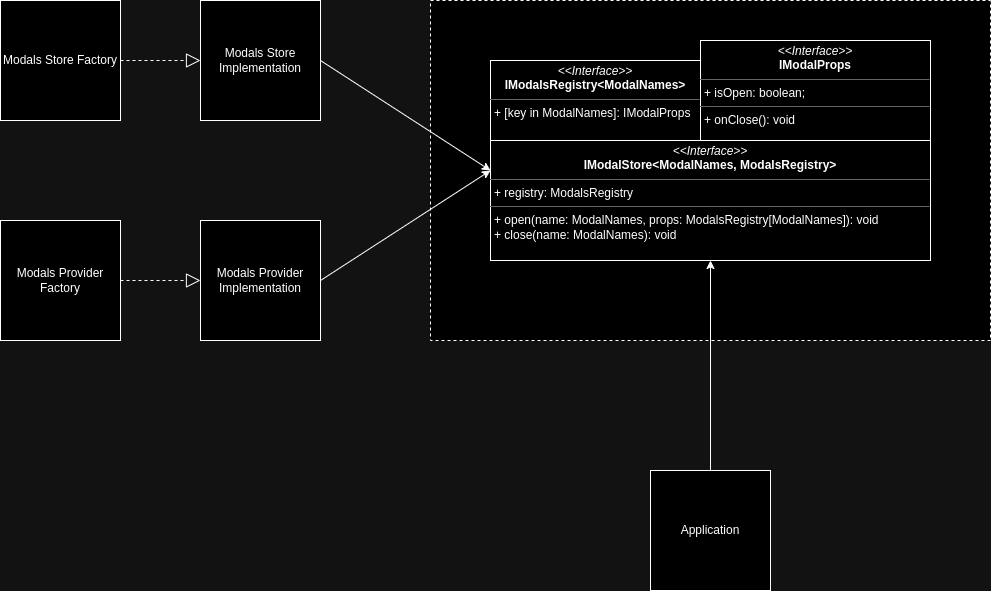
The draw.io diagram docs/modals-architecture-preview.drawio.png in alexey-andriyanenko/HyperPostClient, before a commit. Source tidied: cells renumbered, new cells last; positions are measured from the earlier drawing's top-left corner, leaving out a move shared by most shapes. Source of this version:
```xml
<mxGraphModel>
  <root>
    <mxCell id="0" />
    <mxCell id="1" parent="0" />
    <mxCell id="2" style="rounded=0;whiteSpace=wrap;html=1;dashed=1;" parent="1" vertex="1">
      <mxGeometry x="430" width="560" height="340" as="geometry" />
    </mxCell>
    <mxCell id="3" value="&lt;p style=&quot;margin:0px;margin-top:4px;text-align:center;&quot;&gt;&lt;i&gt;&amp;lt;&amp;lt;Interface&amp;gt;&amp;gt;&lt;/i&gt;&lt;br&gt;&lt;b&gt;IModalStore&amp;lt;ModalNames, ModalsRegistry&amp;gt;&lt;/b&gt;&lt;/p&gt;&lt;hr size=&quot;1&quot;&gt;&lt;p style=&quot;margin:0px;margin-left:4px;&quot;&gt;+ registry: ModalsRegistry&lt;/p&gt;&lt;hr size=&quot;1&quot;&gt;&lt;p style=&quot;margin:0px;margin-left:4px;&quot;&gt;+ open(name: ModalNames, props: ModalsRegistry[ModalNames]): void&lt;/p&gt;&lt;p style=&quot;margin:0px;margin-left:4px;&quot;&gt;+ close(name: ModalNames): void&lt;/p&gt;" style="verticalAlign=top;align=left;overflow=fill;fontSize=12;fontFamily=Helvetica;html=1;whiteSpace=wrap;" parent="1" vertex="1">
      <mxGeometry x="490" y="140" width="440" height="120" as="geometry" />
    </mxCell>
    <mxCell id="4" value="&lt;p style=&quot;margin:0px;margin-top:4px;text-align:center;&quot;&gt;&lt;i&gt;&amp;lt;&amp;lt;Interface&amp;gt;&amp;gt;&lt;/i&gt;&lt;br&gt;&lt;b&gt;IModalsRegistry&amp;lt;ModalNames&amp;gt;&lt;/b&gt;&lt;/p&gt;&lt;hr size=&quot;1&quot;&gt;&lt;p style=&quot;margin:0px;margin-left:4px;&quot;&gt;+ [key in ModalNames]: IModalProps&lt;/p&gt;" style="verticalAlign=top;align=left;overflow=fill;fontSize=12;fontFamily=Helvetica;html=1;whiteSpace=wrap;" parent="1" vertex="1">
      <mxGeometry x="490" y="60" width="210" height="80" as="geometry" />
    </mxCell>
    <mxCell id="5" value="Modals Store Factory" style="whiteSpace=wrap;html=1;" parent="1" vertex="1">
      <mxGeometry width="120" height="120" as="geometry" />
    </mxCell>
    <mxCell id="6" value="&lt;p style=&quot;margin:0px;margin-top:4px;text-align:center;&quot;&gt;&lt;i&gt;&amp;lt;&amp;lt;Interface&amp;gt;&amp;gt;&lt;/i&gt;&lt;br&gt;&lt;b&gt;IModalProps&lt;/b&gt;&lt;/p&gt;&lt;hr size=&quot;1&quot;&gt;&lt;p style=&quot;margin:0px;margin-left:4px;&quot;&gt;+ isOpen: boolean;&lt;br&gt;&lt;/p&gt;&lt;hr size=&quot;1&quot;&gt;&lt;p style=&quot;margin:0px;margin-left:4px;&quot;&gt;+ onClose(): void&lt;/p&gt;" style="verticalAlign=top;align=left;overflow=fill;fontSize=12;fontFamily=Helvetica;html=1;whiteSpace=wrap;" parent="1" vertex="1">
      <mxGeometry x="700" y="40" width="230" height="100" as="geometry" />
    </mxCell>
    <mxCell id="7" value="Modals Store Implementation" style="whiteSpace=wrap;html=1;" parent="1" vertex="1">
      <mxGeometry x="200" width="120" height="120" as="geometry" />
    </mxCell>
    <mxCell id="8" style="endArrow=block;dashed=1;endFill=0;endSize=12;html=1;rounded=0;entryX=0;entryY=0.5;entryDx=0;entryDy=0;exitX=1;exitY=0.5;exitDx=0;exitDy=0;" parent="1" edge="1" source="5" target="7">
      <mxGeometry relative="1" as="geometry" />
    </mxCell>
    <mxCell id="9" style="endArrow=classic;html=1;rounded=0;entryX=0;entryY=0.25;entryDx=0;entryDy=0;exitX=1;exitY=0.5;exitDx=0;exitDy=0;" parent="1" edge="1" source="7" target="3">
      <mxGeometry relative="1" as="geometry" />
    </mxCell>
    <mxCell id="10" value="Modals Provider Factory" style="whiteSpace=wrap;html=1;" parent="1" vertex="1">
      <mxGeometry y="220" width="120" height="120" as="geometry" />
    </mxCell>
    <mxCell id="11" value="Modals Provider Implementation" style="whiteSpace=wrap;html=1;" parent="1" vertex="1">
      <mxGeometry x="200" y="220" width="120" height="120" as="geometry" />
    </mxCell>
    <mxCell id="12" style="endArrow=block;dashed=1;endFill=0;endSize=12;html=1;rounded=0;entryX=0;entryY=0.5;entryDx=0;entryDy=0;exitX=1;exitY=0.5;exitDx=0;exitDy=0;" parent="1" edge="1" source="10" target="11">
      <mxGeometry relative="1" as="geometry" />
    </mxCell>
    <mxCell id="13" style="endArrow=classic;html=1;rounded=0;exitX=1;exitY=0.5;exitDx=0;exitDy=0;entryX=0;entryY=0.25;entryDx=0;entryDy=0;" parent="1" edge="1" source="11" target="3">
      <mxGeometry relative="1" as="geometry" />
    </mxCell>
    <mxCell id="14" value="Application" style="whiteSpace=wrap;html=1;" parent="1" vertex="1">
      <mxGeometry x="650" y="470" width="120" height="120" as="geometry" />
    </mxCell>
    <mxCell id="15" style="endArrow=classic;html=1;rounded=0;entryX=0.5;entryY=1;entryDx=0;entryDy=0;exitX=0.5;exitY=0;exitDx=0;exitDy=0;" parent="1" edge="1" source="14" target="3">
      <mxGeometry relative="1" as="geometry" />
    </mxCell>
  </root>
</mxGraphModel>
```
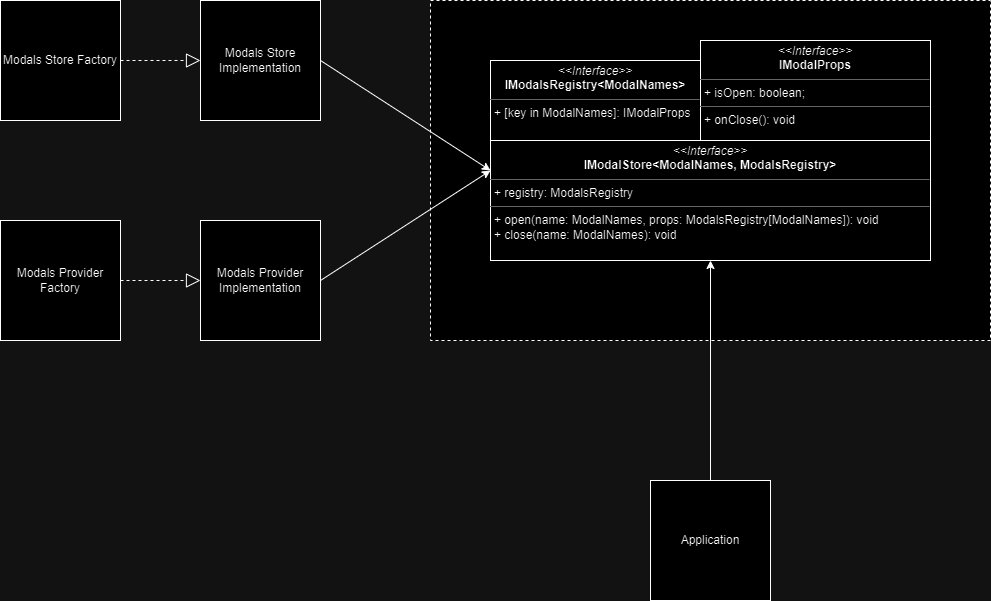
After the change.

Change to the diagram source:
```diff
@@ -2,46 +2,46 @@
   <root>
     <mxCell id="0" />
     <mxCell id="1" parent="0" />
-    <mxCell id="2" style="rounded=0;whiteSpace=wrap;html=1;dashed=1;" parent="1" vertex="1">
+    <mxCell id="2" style="rounded=0;whiteSpace=wrap;html=1;dashed=1;labelBackgroundColor=none;" parent="1" vertex="1">
       <mxGeometry x="430" width="560" height="340" as="geometry" />
     </mxCell>
-    <mxCell id="3" value="&lt;p style=&quot;margin:0px;margin-top:4px;text-align:center;&quot;&gt;&lt;i&gt;&amp;lt;&amp;lt;Interface&amp;gt;&amp;gt;&lt;/i&gt;&lt;br&gt;&lt;b&gt;IModalStore&amp;lt;ModalNames, ModalsRegistry&amp;gt;&lt;/b&gt;&lt;/p&gt;&lt;hr size=&quot;1&quot;&gt;&lt;p style=&quot;margin:0px;margin-left:4px;&quot;&gt;+ registry: ModalsRegistry&lt;/p&gt;&lt;hr size=&quot;1&quot;&gt;&lt;p style=&quot;margin:0px;margin-left:4px;&quot;&gt;+ open(name: ModalNames, props: ModalsRegistry[ModalNames]): void&lt;/p&gt;&lt;p style=&quot;margin:0px;margin-left:4px;&quot;&gt;+ close(name: ModalNames): void&lt;/p&gt;" style="verticalAlign=top;align=left;overflow=fill;fontSize=12;fontFamily=Helvetica;html=1;whiteSpace=wrap;" parent="1" vertex="1">
+    <mxCell id="3" value="&lt;p style=&quot;margin:0px;margin-top:4px;text-align:center;&quot;&gt;&lt;i&gt;&amp;lt;&amp;lt;Interface&amp;gt;&amp;gt;&lt;/i&gt;&lt;br&gt;&lt;b&gt;IModalStore&amp;lt;ModalNames, ModalsRegistry&amp;gt;&lt;/b&gt;&lt;/p&gt;&lt;hr size=&quot;1&quot;&gt;&lt;p style=&quot;margin:0px;margin-left:4px;&quot;&gt;+ registry: ModalsRegistry&lt;/p&gt;&lt;hr size=&quot;1&quot;&gt;&lt;p style=&quot;margin:0px;margin-left:4px;&quot;&gt;+ open(name: ModalNames, props: ModalsRegistry[ModalNames]): void&lt;/p&gt;&lt;p style=&quot;margin:0px;margin-left:4px;&quot;&gt;+ close(name: ModalNames): void&lt;/p&gt;" style="verticalAlign=top;align=left;overflow=fill;fontSize=12;fontFamily=Helvetica;html=1;whiteSpace=wrap;labelBackgroundColor=none;" parent="1" vertex="1">
       <mxGeometry x="490" y="140" width="440" height="120" as="geometry" />
     </mxCell>
-    <mxCell id="4" value="&lt;p style=&quot;margin:0px;margin-top:4px;text-align:center;&quot;&gt;&lt;i&gt;&amp;lt;&amp;lt;Interface&amp;gt;&amp;gt;&lt;/i&gt;&lt;br&gt;&lt;b&gt;IModalsRegistry&amp;lt;ModalNames&amp;gt;&lt;/b&gt;&lt;/p&gt;&lt;hr size=&quot;1&quot;&gt;&lt;p style=&quot;margin:0px;margin-left:4px;&quot;&gt;+ [key in ModalNames]: IModalProps&lt;/p&gt;" style="verticalAlign=top;align=left;overflow=fill;fontSize=12;fontFamily=Helvetica;html=1;whiteSpace=wrap;" parent="1" vertex="1">
+    <mxCell id="4" value="&lt;p style=&quot;margin:0px;margin-top:4px;text-align:center;&quot;&gt;&lt;i&gt;&amp;lt;&amp;lt;Interface&amp;gt;&amp;gt;&lt;/i&gt;&lt;br&gt;&lt;b&gt;IModalsRegistry&amp;lt;ModalNames&amp;gt;&lt;/b&gt;&lt;/p&gt;&lt;hr size=&quot;1&quot;&gt;&lt;p style=&quot;margin:0px;margin-left:4px;&quot;&gt;+ [key in ModalNames]: IModalProps&lt;/p&gt;" style="verticalAlign=top;align=left;overflow=fill;fontSize=12;fontFamily=Helvetica;html=1;whiteSpace=wrap;labelBackgroundColor=none;" parent="1" vertex="1">
       <mxGeometry x="490" y="60" width="210" height="80" as="geometry" />
     </mxCell>
-    <mxCell id="5" value="Modals Store Factory" style="whiteSpace=wrap;html=1;" parent="1" vertex="1">
+    <mxCell id="5" value="Modals Store Factory" style="whiteSpace=wrap;html=1;fillStyle=auto;labelBackgroundColor=none;" parent="1" vertex="1">
       <mxGeometry width="120" height="120" as="geometry" />
     </mxCell>
-    <mxCell id="6" value="&lt;p style=&quot;margin:0px;margin-top:4px;text-align:center;&quot;&gt;&lt;i&gt;&amp;lt;&amp;lt;Interface&amp;gt;&amp;gt;&lt;/i&gt;&lt;br&gt;&lt;b&gt;IModalProps&lt;/b&gt;&lt;/p&gt;&lt;hr size=&quot;1&quot;&gt;&lt;p style=&quot;margin:0px;margin-left:4px;&quot;&gt;+ isOpen: boolean;&lt;br&gt;&lt;/p&gt;&lt;hr size=&quot;1&quot;&gt;&lt;p style=&quot;margin:0px;margin-left:4px;&quot;&gt;+ onClose(): void&lt;/p&gt;" style="verticalAlign=top;align=left;overflow=fill;fontSize=12;fontFamily=Helvetica;html=1;whiteSpace=wrap;" parent="1" vertex="1">
+    <mxCell id="6" value="&lt;p style=&quot;margin:0px;margin-top:4px;text-align:center;&quot;&gt;&lt;i&gt;&amp;lt;&amp;lt;Interface&amp;gt;&amp;gt;&lt;/i&gt;&lt;br&gt;&lt;b&gt;IModalProps&lt;/b&gt;&lt;/p&gt;&lt;hr size=&quot;1&quot;&gt;&lt;p style=&quot;margin:0px;margin-left:4px;&quot;&gt;+ isOpen: boolean;&lt;br&gt;&lt;/p&gt;&lt;hr size=&quot;1&quot;&gt;&lt;p style=&quot;margin:0px;margin-left:4px;&quot;&gt;+ onClose(): void&lt;/p&gt;" style="verticalAlign=top;align=left;overflow=fill;fontSize=12;fontFamily=Helvetica;html=1;whiteSpace=wrap;labelBackgroundColor=none;" parent="1" vertex="1">
       <mxGeometry x="700" y="40" width="230" height="100" as="geometry" />
     </mxCell>
-    <mxCell id="7" value="Modals Store Implementation" style="whiteSpace=wrap;html=1;" parent="1" vertex="1">
+    <mxCell id="7" value="Modals Store Implementation" style="whiteSpace=wrap;html=1;labelBackgroundColor=none;" parent="1" vertex="1">
       <mxGeometry x="200" width="120" height="120" as="geometry" />
     </mxCell>
-    <mxCell id="8" style="endArrow=block;dashed=1;endFill=0;endSize=12;html=1;rounded=0;entryX=0;entryY=0.5;entryDx=0;entryDy=0;exitX=1;exitY=0.5;exitDx=0;exitDy=0;" parent="1" edge="1" source="5" target="7">
+    <mxCell id="8" style="endArrow=block;dashed=1;endFill=0;endSize=12;html=1;rounded=0;entryX=0;entryY=0.5;entryDx=0;entryDy=0;exitX=1;exitY=0.5;exitDx=0;exitDy=0;labelBackgroundColor=none;fontColor=default;" parent="1" edge="1" source="5" target="7">
       <mxGeometry relative="1" as="geometry" />
     </mxCell>
-    <mxCell id="9" style="endArrow=classic;html=1;rounded=0;entryX=0;entryY=0.25;entryDx=0;entryDy=0;exitX=1;exitY=0.5;exitDx=0;exitDy=0;" parent="1" edge="1" source="7" target="3">
+    <mxCell id="9" style="endArrow=classic;html=1;rounded=0;entryX=0;entryY=0.25;entryDx=0;entryDy=0;exitX=1;exitY=0.5;exitDx=0;exitDy=0;labelBackgroundColor=none;fontColor=default;" parent="1" edge="1" source="7" target="3">
       <mxGeometry relative="1" as="geometry" />
     </mxCell>
-    <mxCell id="10" value="Modals Provider Factory" style="whiteSpace=wrap;html=1;" parent="1" vertex="1">
+    <mxCell id="10" value="Modals Provider Factory" style="whiteSpace=wrap;html=1;labelBackgroundColor=none;" parent="1" vertex="1">
       <mxGeometry y="220" width="120" height="120" as="geometry" />
     </mxCell>
-    <mxCell id="11" value="Modals Provider Implementation" style="whiteSpace=wrap;html=1;" parent="1" vertex="1">
+    <mxCell id="11" value="Modals Provider Implementation" style="whiteSpace=wrap;html=1;labelBackgroundColor=none;" parent="1" vertex="1">
       <mxGeometry x="200" y="220" width="120" height="120" as="geometry" />
     </mxCell>
-    <mxCell id="12" style="endArrow=block;dashed=1;endFill=0;endSize=12;html=1;rounded=0;entryX=0;entryY=0.5;entryDx=0;entryDy=0;exitX=1;exitY=0.5;exitDx=0;exitDy=0;" parent="1" edge="1" source="10" target="11">
+    <mxCell id="12" style="endArrow=block;dashed=1;endFill=0;endSize=12;html=1;rounded=0;entryX=0;entryY=0.5;entryDx=0;entryDy=0;exitX=1;exitY=0.5;exitDx=0;exitDy=0;labelBackgroundColor=none;fontColor=default;" parent="1" edge="1" source="10" target="11">
       <mxGeometry relative="1" as="geometry" />
     </mxCell>
-    <mxCell id="13" style="endArrow=classic;html=1;rounded=0;exitX=1;exitY=0.5;exitDx=0;exitDy=0;entryX=0;entryY=0.25;entryDx=0;entryDy=0;" parent="1" edge="1" source="11" target="3">
+    <mxCell id="13" style="endArrow=classic;html=1;rounded=0;exitX=1;exitY=0.5;exitDx=0;exitDy=0;entryX=0;entryY=0.25;entryDx=0;entryDy=0;labelBackgroundColor=none;fontColor=default;" parent="1" edge="1" source="11" target="3">
       <mxGeometry relative="1" as="geometry" />
     </mxCell>
-    <mxCell id="14" value="Application" style="whiteSpace=wrap;html=1;" parent="1" vertex="1">
-      <mxGeometry x="650" y="470" width="120" height="120" as="geometry" />
+    <mxCell id="14" value="Application" style="whiteSpace=wrap;html=1;labelBackgroundColor=none;" parent="1" vertex="1">
+      <mxGeometry x="650" y="480" width="120" height="120" as="geometry" />
     </mxCell>
-    <mxCell id="15" style="endArrow=classic;html=1;rounded=0;entryX=0.5;entryY=1;entryDx=0;entryDy=0;exitX=0.5;exitY=0;exitDx=0;exitDy=0;" parent="1" edge="1" source="14" target="3">
+    <mxCell id="15" style="endArrow=classic;html=1;rounded=0;entryX=0.5;entryY=1;entryDx=0;entryDy=0;exitX=0.5;exitY=0;exitDx=0;exitDy=0;labelBackgroundColor=none;fontColor=default;" parent="1" edge="1" source="14" target="3">
       <mxGeometry relative="1" as="geometry" />
     </mxCell>
   </root>
```
